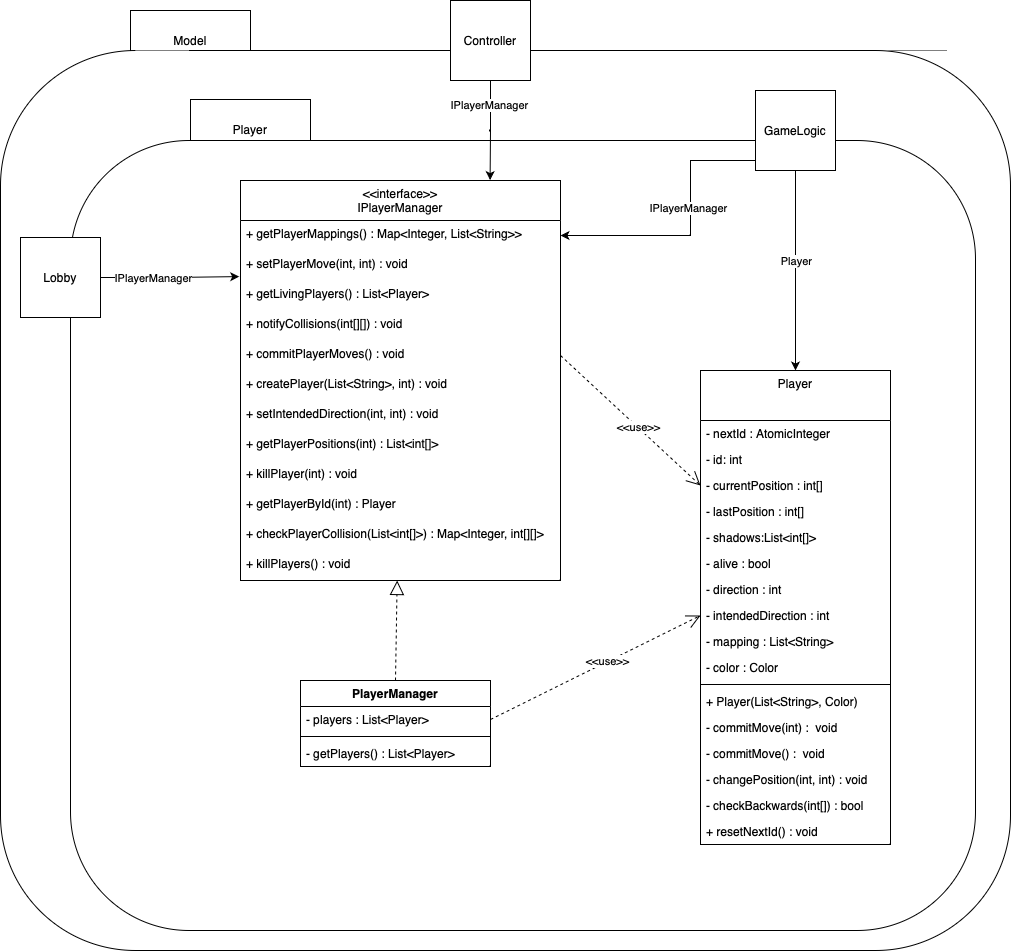
Above: doku-game/Player-ClassDiagramm.drawio.png in PrismFox/tron-game (draw.io), before the change. Source tidied: cells renumbered, new cells last; positions are measured from the earlier drawing's top-left corner, leaving out a move shared by most shapes.
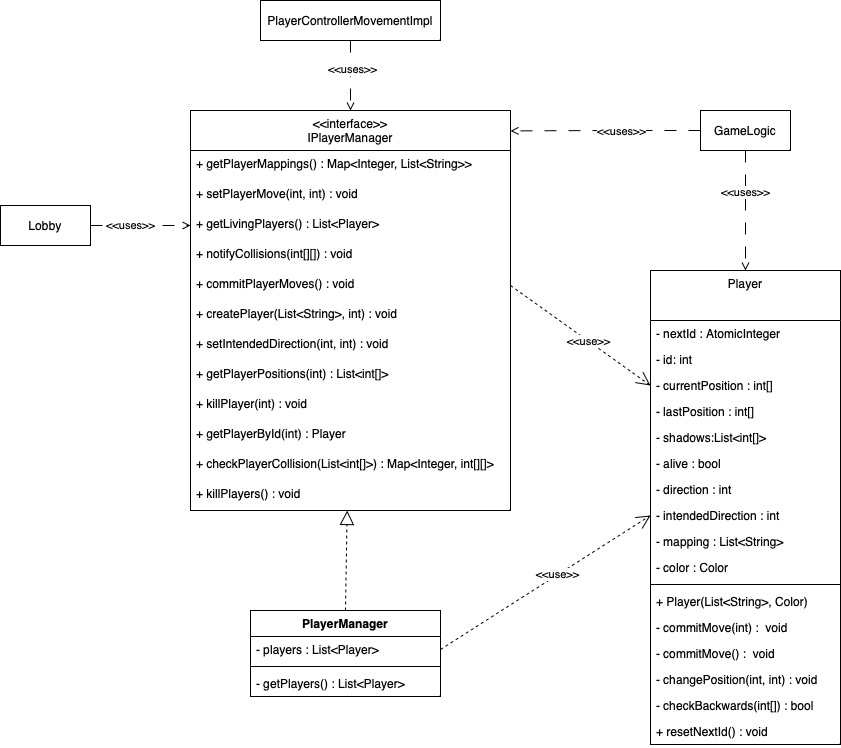
After the change.

Change to the diagram source:
```diff
@@ -2,20 +2,8 @@
   <root>
     <mxCell id="0" />
     <mxCell id="1" parent="0" />
-    <mxCell id="2" value="Model" style="rounded=0;whiteSpace=wrap;html=1;" parent="1" vertex="1">
-      <mxGeometry x="130" y="10" width="120" height="60" as="geometry" />
-    </mxCell>
-    <mxCell id="3" style="rounded=1;whiteSpace=wrap;html=1;" parent="1" vertex="1">
-      <mxGeometry y="50" width="1010" height="900" as="geometry" />
-    </mxCell>
-    <mxCell id="4" value="Player" style="rounded=0;whiteSpace=wrap;html=1;" parent="1" vertex="1">
-      <mxGeometry x="190" y="99" width="120" height="60" as="geometry" />
-    </mxCell>
-    <mxCell id="5" style="rounded=1;whiteSpace=wrap;html=1;" parent="1" vertex="1">
-      <mxGeometry x="70" y="140" width="905" height="790" as="geometry" />
-    </mxCell>
     <mxCell id="6" value="Player&#10;" style="swimlane;fontStyle=0;align=center;verticalAlign=top;horizontal=1;startSize=50;rounded=0;shadow=0;strokeWidth=1;" parent="1" vertex="1">
-      <mxGeometry x="700" y="370" width="190" height="474" as="geometry" />
+      <mxGeometry x="700" y="340" width="190" height="474" as="geometry" />
     </mxCell>
     <mxCell id="7" value="- nextId : AtomicInteger" style="text;align=left;verticalAlign=top;spacingLeft=4;spacingRight=4;overflow=hidden;" parent="6" vertex="1">
       <mxGeometry y="50" width="190" height="26" as="geometry" />
@@ -122,49 +110,44 @@
     <mxCell id="41" style="endArrow=block;dashed=1;endFill=0;endSize=12;html=1;rounded=0;exitX=0.5;exitY=0;exitDx=0;exitDy=0;" parent="1" edge="1" source="24" target="28">
       <mxGeometry relative="1" as="geometry" />
     </mxCell>
-    <mxCell id="42" style="edgeStyle=orthogonalEdgeStyle;rounded=0;jettySize=auto;html=1;entryX=0.78;entryY=-0.001;entryDx=0;entryDy=0;entryPerimeter=0;" parent="1" edge="1" source="44" target="28">
-      <mxGeometry relative="1" as="geometry" />
-    </mxCell>
-    <mxCell id="43" value="IPlayerManager" style="edgeLabel;html=1;align=center;verticalAlign=middle;" parent="42" vertex="1">
-      <mxGeometry x="-0.51" y="-2" relative="1" as="geometry" />
-    </mxCell>
-    <mxCell id="44" value="Controller" style="whiteSpace=wrap;html=1;" parent="1" vertex="1">
-      <mxGeometry x="450" width="80" height="80" as="geometry" />
-    </mxCell>
-    <mxCell id="45" style="edgeStyle=orthogonalEdgeStyle;rounded=0;jettySize=auto;html=1;entryX=0.5;entryY=0;entryDx=0;entryDy=0;" parent="1" edge="1" source="49" target="6">
-      <mxGeometry relative="1" as="geometry" />
-    </mxCell>
-    <mxCell id="46" value="Player" style="edgeLabel;html=1;align=center;verticalAlign=middle;" parent="45" vertex="1">
-      <mxGeometry x="-0.1" relative="1" as="geometry" />
-    </mxCell>
-    <mxCell id="47" style="edgeStyle=orthogonalEdgeStyle;rounded=0;jettySize=auto;html=1;entryX=1;entryY=0.5;entryDx=0;entryDy=0;" parent="1" edge="1" source="49" target="29">
-      <mxGeometry relative="1" as="geometry">
-        <Array as="points">
-          <mxPoint x="690" y="160" />
-          <mxPoint x="690" y="235" />
-        </Array>
-      </mxGeometry>
-    </mxCell>
-    <mxCell id="48" value="IPlayerManager" style="edgeLabel;html=1;align=center;verticalAlign=middle;" parent="47" vertex="1">
-      <mxGeometry x="-0.17" y="-3" relative="1" as="geometry" />
-    </mxCell>
-    <mxCell id="49" value="GameLogic" style="whiteSpace=wrap;html=1;" parent="1" vertex="1">
-      <mxGeometry x="755" y="90" width="80" height="80" as="geometry" />
-    </mxCell>
-    <mxCell id="50" style="edgeStyle=orthogonalEdgeStyle;rounded=0;jettySize=auto;html=1;entryX=-0.004;entryY=0.87;entryDx=0;entryDy=0;entryPerimeter=0;" parent="1" edge="1" source="52" target="30">
-      <mxGeometry relative="1" as="geometry" />
-    </mxCell>
-    <mxCell id="51" value="IPlayerManager" style="edgeLabel;html=1;align=center;verticalAlign=middle;" parent="50" vertex="1">
-      <mxGeometry x="-0.26" relative="1" as="geometry" />
-    </mxCell>
-    <mxCell id="52" value="Lobby" style="whiteSpace=wrap;html=1;" parent="1" vertex="1">
-      <mxGeometry x="20" y="237" width="80" height="80" as="geometry" />
-    </mxCell>
     <mxCell id="53" value="&amp;lt;&amp;lt;use&amp;gt;&amp;gt;" style="endArrow=open;endSize=12;dashed=1;html=1;rounded=0;entryX=0;entryY=0.5;entryDx=0;entryDy=0;exitX=1;exitY=0.5;exitDx=0;exitDy=0;" parent="1" edge="1" source="33" target="9">
       <mxGeometry x="0.11" relative="1" as="geometry" />
     </mxCell>
     <mxCell id="54" value="&amp;lt;&amp;lt;use&amp;gt;&amp;gt;" style="endArrow=open;endSize=12;dashed=1;html=1;rounded=0;entryX=0;entryY=0.5;entryDx=0;entryDy=0;exitX=1;exitY=0.5;exitDx=0;exitDy=0;" parent="1" edge="1" source="25" target="14">
       <mxGeometry x="0.11" relative="1" as="geometry" />
     </mxCell>
+    <mxCell id="45" style="edgeStyle=orthogonalEdgeStyle;rounded=0;jettySize=auto;html=1;entryX=0.5;entryY=0;entryDx=0;entryDy=0;dashed=1;dashPattern=12 12;endArrow=open;endFill=0;" parent="1" edge="1" source="49" target="6">
+      <mxGeometry relative="1" as="geometry" />
+    </mxCell>
+    <mxCell id="55" value="&amp;lt;&amp;lt;uses&amp;gt;&amp;gt;" style="edgeLabel;html=1;align=center;verticalAlign=middle;" parent="45" vertex="1">
+      <mxGeometry x="-0.31" y="-1" relative="1" as="geometry" />
+    </mxCell>
+    <mxCell id="56" style="edgeStyle=orthogonalEdgeStyle;rounded=0;jettySize=auto;html=1;entryX=1;entryY=0.051;entryDx=0;entryDy=0;entryPerimeter=0;dashed=1;dashPattern=12 12;endArrow=open;endFill=0;" parent="1" edge="1" source="49" target="28">
+      <mxGeometry relative="1" as="geometry" />
+    </mxCell>
+    <mxCell id="57" value="&amp;lt;&amp;lt;uses&amp;gt;&amp;gt;" style="edgeLabel;html=1;align=center;verticalAlign=middle;" parent="56" vertex="1">
+      <mxGeometry x="-0.16" relative="1" as="geometry" />
+    </mxCell>
+    <mxCell id="49" value="GameLogic" style="rounded=0;whiteSpace=wrap;html=1;" parent="1" vertex="1">
+      <mxGeometry x="750" y="180" width="90" height="40" as="geometry" />
+    </mxCell>
+    <mxCell id="58" style="edgeStyle=orthogonalEdgeStyle;rounded=0;jettySize=auto;html=1;entryX=0.5;entryY=0;entryDx=0;entryDy=0;dashed=1;dashPattern=12 12;endArrow=open;endFill=0;" parent="1" edge="1" source="60" target="28">
+      <mxGeometry relative="1" as="geometry" />
+    </mxCell>
+    <mxCell id="59" value="&amp;lt;&amp;lt;uses&amp;gt;&amp;gt;" style="edgeLabel;html=1;align=center;verticalAlign=middle;" parent="58" vertex="1">
+      <mxGeometry x="-0.19" y="1" relative="1" as="geometry" />
+    </mxCell>
+    <mxCell id="60" value="PlayerControllerMovementImpl" style="rounded=0;whiteSpace=wrap;html=1;" parent="1" vertex="1">
+      <mxGeometry x="310" y="70" width="180" height="40" as="geometry" />
+    </mxCell>
+    <mxCell id="61" style="edgeStyle=orthogonalEdgeStyle;rounded=0;jettySize=auto;html=1;dashed=1;dashPattern=12 12;endArrow=open;endFill=0;" parent="1" edge="1" source="52" target="31">
+      <mxGeometry relative="1" as="geometry" />
+    </mxCell>
+    <mxCell id="62" value="&amp;lt;&amp;lt;uses&amp;gt;&amp;gt;" style="edgeLabel;html=1;align=center;verticalAlign=middle;" parent="61" vertex="1">
+      <mxGeometry x="-0.21" y="1" relative="1" as="geometry" />
+    </mxCell>
+    <mxCell id="52" value="Lobby" style="rounded=0;whiteSpace=wrap;html=1;" parent="1" vertex="1">
+      <mxGeometry x="50" y="275" width="90" height="40" as="geometry" />
+    </mxCell>
   </root>
 </mxGraphModel>
```
